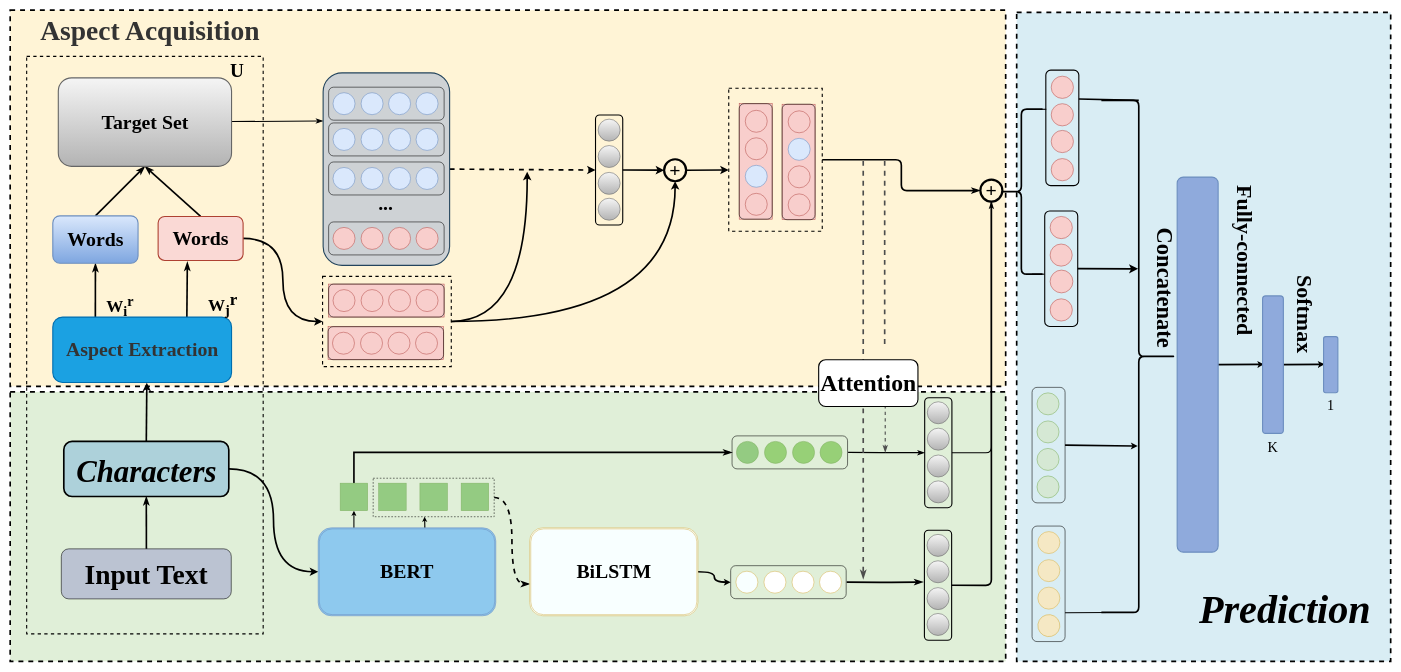
SiMlLeSYF/new keeps this draw.io diagram as page "第四章模型" (3 of 4) of 第三章模型.drawio. Above is the earlier version. Source tidied: cells renumbered, new cells numbered last; positions are measured from the earlier drawing's top-left corner, leaving out a move shared by most shapes. Both pictures are drawn from the tidied source at 55%, with x=0, y=0 at pixel (10, 10).
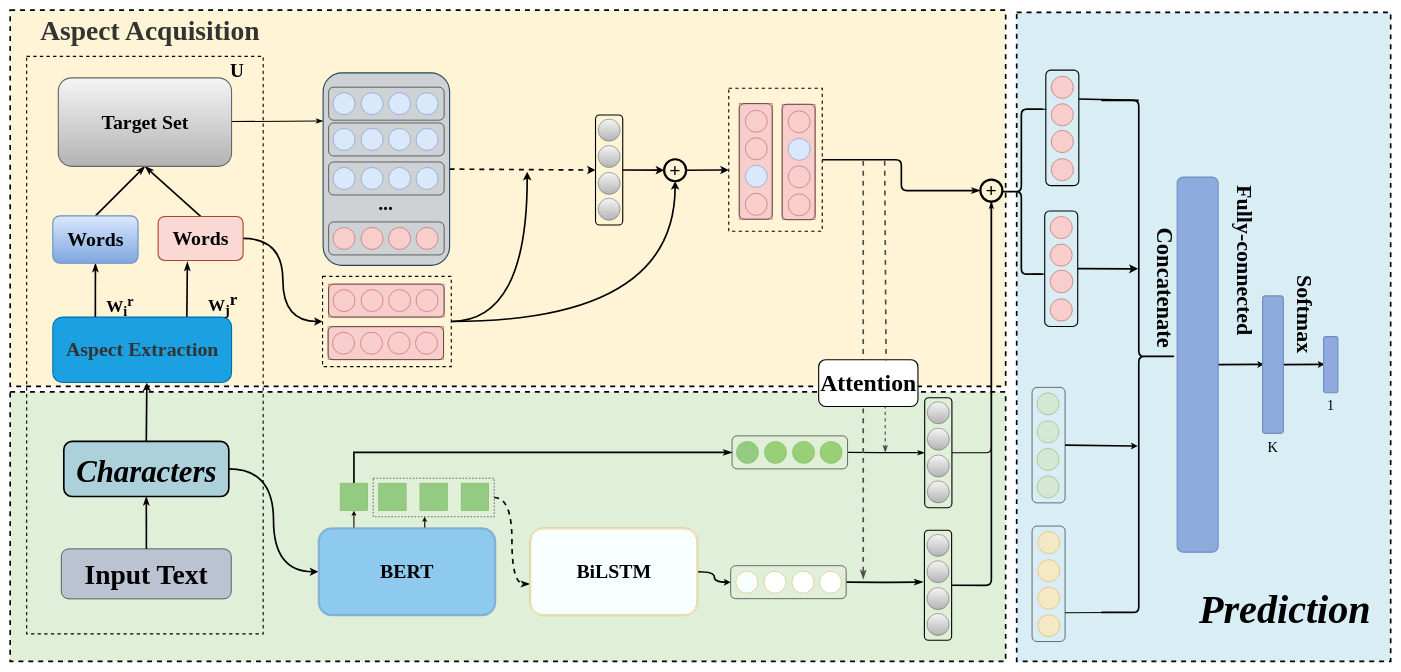
Above is the later version.

Unchanged cells that the change refers to:
```xml
<mxCell id="145" value="&lt;font size=&quot;1&quot; style=&quot;&quot;&gt;&lt;b style=&quot;font-size: 43px;&quot;&gt;Attention&lt;/b&gt;&lt;/font&gt;" style="rounded=1;whiteSpace=wrap;html=1;fontFamily=Times New Roman;fontSize=36;strokeWidth=2;" parent="1" vertex="1">
  <mxGeometry x="1470" y="635.5" width="180.5" height="85" as="geometry" />
</mxCell>
```

Diff of the diagram source:
```diff
@@
-    <mxCell id="146" style="sketch=0;orthogonalLoop=1;jettySize=auto;html=1;fontFamily=Times New Roman;fontSize=36;startArrow=none;startFill=0;endArrow=none;endFill=1;endSize=7;strokeWidth=3;elbow=vertical;dashed=1;strokeColor=#4D4D4D;" parent="1" edge="1">
+    <mxCell id="146" style="sketch=0;jettySize=auto;html=1;fontFamily=Times New Roman;fontSize=36;startArrow=none;startFill=0;endArrow=none;endFill=1;endSize=7;strokeWidth=3;elbow=vertical;dashed=1;strokeColor=#4D4D4D;entryX=0.679;entryY=0.017;entryDx=0;entryDy=0;entryPerimeter=0;" parent="1" edge="1" target="145">
       <mxGeometry relative="1" as="geometry">
         <mxPoint x="1590" y="274" as="sourcePoint" />
-        <mxPoint x="1590" y="614" as="targetPoint" />
       </mxGeometry>
     </mxCell>
```
